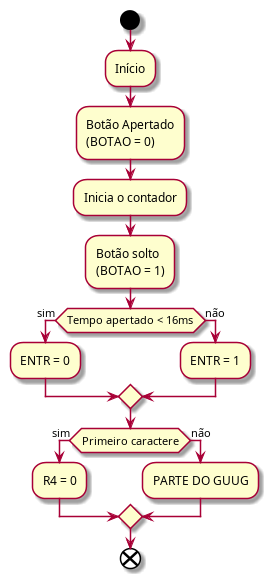
Earlier version of the PlantUML export relateiro/img/fluxograma-main.png (sociedade-do-pastel/morssembly).
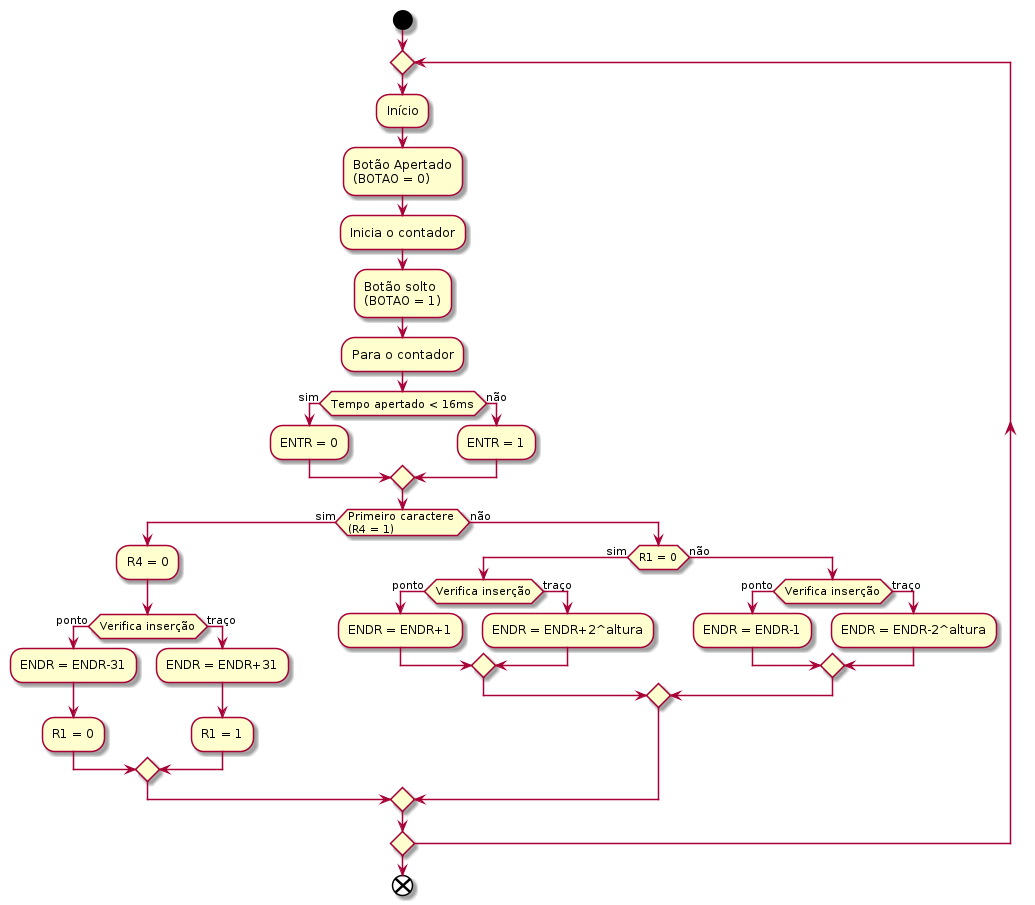
Above is the later version.

Commit message:
Terminado conteúdo do fluxograma e relatório.

Diff of the diagram source:
```diff
@@ -1,20 +1,43 @@
 @startuml
 start
+repeat
 :Início;
 :Botão Apertado
 (BOTAO = 0);
 :Inicia o contador;
 :Botão solto
 (BOTAO = 1);
+:Para o contador;
 if (Tempo apertado < 16ms) then (sim)
      :ENTR = 0;
 else (não)
      :ENTR = 1;
 endif
-if (Primeiro caractere) then (sim)
+if (Primeiro caractere
+(R4 = 1)) then (sim)
      :R4 = 0;
+     if (Verifica inserção) then (ponto)
+          :ENDR = ENDR-31;
+          :R1 = 0;
+     else (traço)
+          :ENDR = ENDR+31;
+          :R1 = 1;
+     endif
 else (não)
-     :PARTE DO GUUG;
+     if (R1 = 0) then (sim)
+          if (Verifica inserção) then (ponto)
+               :ENDR = ENDR+1;
+          else (traço)
+               :ENDR = ENDR+2^altura;
+          endif
+     else (não)
+          if (Verifica inserção) then (ponto)
+               :ENDR = ENDR-1;
+          else (traço)
+               :ENDR = ENDR-2^altura;
+          endif
+     endif
 endif
+repeat while
 end
 @enduml
```
